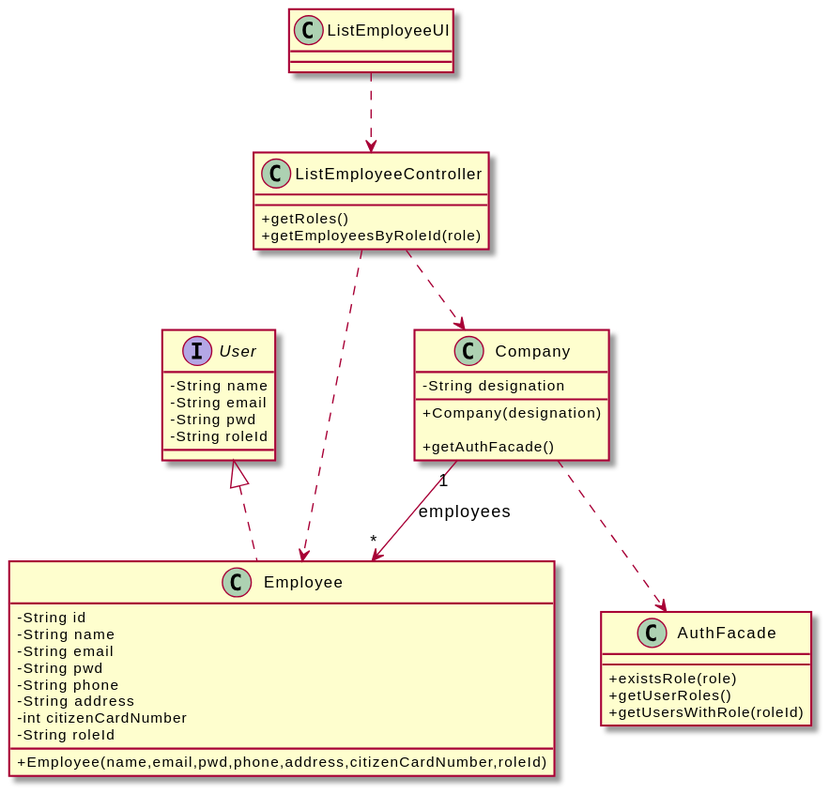
Above: docs/SprintB/US11/CD/US11_CD.svg in miseEnPlace-i/lapr2 (PlantUML), before the change.
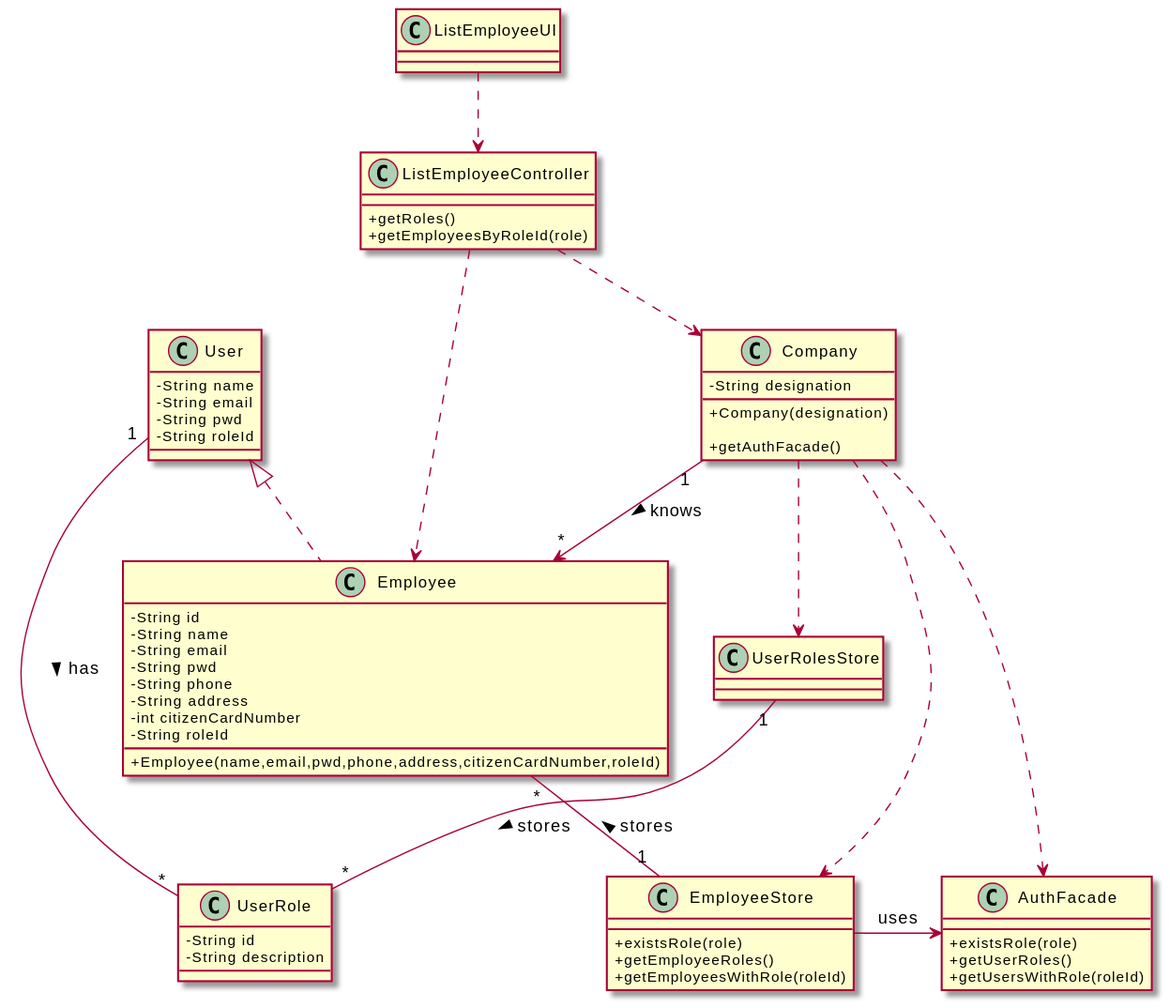
Later version of the same file.

Commit message:
docs(US11): fixed SD using employee store

Diff of the diagram source:
```diff
@@ -1,7 +1,7 @@
 @startuml
 skinparam classAttributeIconSize 0
 
-interface User {
+class User {
   - String name
   - String email
   - String pwd
@@ -34,9 +34,24 @@
   +getUsersWithRole(roleId)
 }
 
+class EmployeeStore {
+  +existsRole(role)
+  +getEmployeeRoles()
+  +getEmployeesWithRole(roleId)
+}
+
 class ListEmployeeController {
   +getRoles()
   +getEmployeesByRoleId(role)
+}
+
+class UserRole {
+  -String id
+  -String description
+}
+
+class UserRolesStore {
+
 }
 
 class ListEmployeeUI {}
@@ -44,9 +59,17 @@
 ListEmployeeUI ..> ListEmployeeController
 ListEmployeeController ..> Employee
 ListEmployeeController ..> Company
+
 Company ..> AuthFacade
+Company ..> EmployeeStore
+EmployeeStore -> AuthFacade : uses
+Employee "*" -- "1" EmployeeStore : stores <
+Company "1" --> "*" Employee : knows >
 
-Company "1" --> "*" Employee : employees
+UserRolesStore "1" -- "*" UserRole : stores >
+Company ..> UserRolesStore
+
+User "1" -- "*" UserRole : has >
 
 User <|.. Employee
 
```
